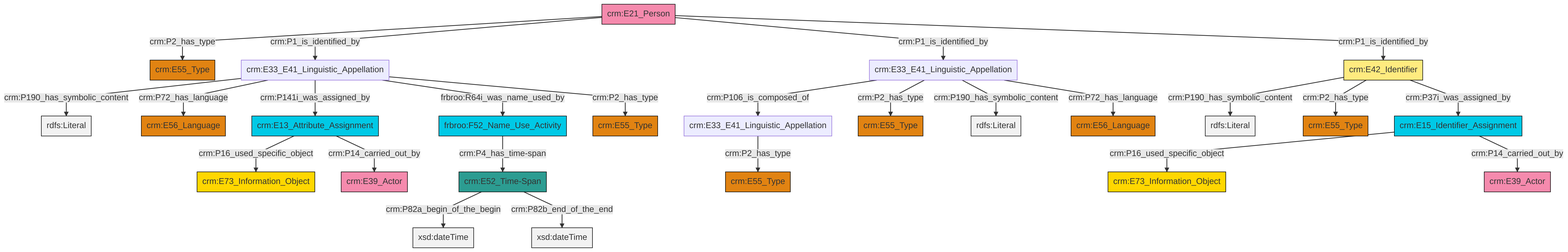
The Mermaid diagram et/personCSV/ttl/mmd/png/Person_Names_and_Classification.png in swiss-art-research-net/docs.swissartresearch, before a commit. Its source is kept beside it as et/personCSV/ttl/mmd/Person_Names_and_Classification.ttl.mmd.
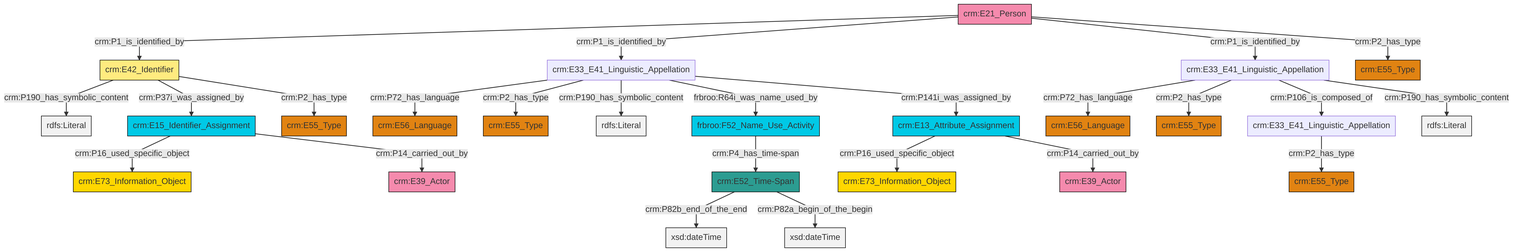
Above is the later version.

What changed in the source:
```diff
@@ -13,27 +13,27 @@
 classDef PC_Classes fill:#4ce600, stroke:#000000;
 classDef Multi fill:#cccccc,stroke:#000000;
 
-2["crm:E33_E41_Linguistic_Appellation"]:::Default -->|crm:P106_is_composed_of| 0["crm:E33_E41_Linguistic_Appellation"]:::Default
-2["crm:E33_E41_Linguistic_Appellation"]:::Default -->|crm:P2_has_type| 3["crm:E55_Type"]:::Type
-4["crm:E13_Attribute_Assignment"]:::Temporal_Entity -->|crm:P16_used_specific_object| 5["crm:E73_Information_Object"]:::Conceptual_Object
-8["crm:E21_Person"]:::Actor -->|crm:P2_has_type| 9["crm:E55_Type"]:::Type
-10["crm:E42_Identifier"]:::Appellation -->|crm:P190_has_symbolic_content| 11[rdfs:Literal]:::Literal
-12["crm:E52_Time-Span"]:::Time-Span -->|crm:P82a_begin_of_the_begin| 13[xsd:dateTime]:::Literal
-6["crm:E33_E41_Linguistic_Appellation"]:::Default -->|crm:P190_has_symbolic_content| 27[rdfs:Literal]:::Literal
-8["crm:E21_Person"]:::Actor -->|crm:P1_is_identified_by| 6["crm:E33_E41_Linguistic_Appellation"]:::Default
-6["crm:E33_E41_Linguistic_Appellation"]:::Default -->|crm:P72_has_language| 33["crm:E56_Language"]:::Type
-29["crm:E15_Identifier_Assignment"]:::Temporal_Entity -->|crm:P16_used_specific_object| 34["crm:E73_Information_Object"]:::Conceptual_Object
-6["crm:E33_E41_Linguistic_Appellation"]:::Default -->|crm:P141i_was_assigned_by| 4["crm:E13_Attribute_Assignment"]:::Temporal_Entity
-2["crm:E33_E41_Linguistic_Appellation"]:::Default -->|crm:P190_has_symbolic_content| 37[rdfs:Literal]:::Literal
-10["crm:E42_Identifier"]:::Appellation -->|crm:P2_has_type| 17["crm:E55_Type"]:::Type
-2["crm:E33_E41_Linguistic_Appellation"]:::Default -->|crm:P72_has_language| 23["crm:E56_Language"]:::Type
-4["crm:E13_Attribute_Assignment"]:::Temporal_Entity -->|crm:P14_carried_out_by| 14["crm:E39_Actor"]:::Actor
-8["crm:E21_Person"]:::Actor -->|crm:P1_is_identified_by| 2["crm:E33_E41_Linguistic_Appellation"]:::Default
-12["crm:E52_Time-Span"]:::Time-Span -->|crm:P82b_end_of_the_end| 45[xsd:dateTime]:::Literal
-6["crm:E33_E41_Linguistic_Appellation"]:::Default -->|frbroo:R64i_was_name_used_by| 38["frbroo:F52_Name_Use_Activity"]:::Temporal_Entity
-0["crm:E33_E41_Linguistic_Appellation"]:::Default -->|crm:P2_has_type| 31["crm:E55_Type"]:::Type
-8["crm:E21_Person"]:::Actor -->|crm:P1_is_identified_by| 10["crm:E42_Identifier"]:::Appellation
-38["frbroo:F52_Name_Use_Activity"]:::Temporal_Entity -->|crm:P4_has_time-span| 12["crm:E52_Time-Span"]:::Time-Span
-6["crm:E33_E41_Linguistic_Appellation"]:::Default -->|crm:P2_has_type| 25["crm:E55_Type"]:::Type
-29["crm:E15_Identifier_Assignment"]:::Temporal_Entity -->|crm:P14_carried_out_by| 21["crm:E39_Actor"]:::Actor
-10["crm:E42_Identifier"]:::Appellation -->|crm:P37i_was_assigned_by| 29["crm:E15_Identifier_Assignment"]:::Temporal_Entity
+0["crm:E15_Identifier_Assignment"]:::Temporal_Entity -->|crm:P16_used_specific_object| 1["crm:E73_Information_Object"]:::Conceptual_Object
+2["crm:E21_Person"]:::Actor -->|crm:P1_is_identified_by| 3["crm:E42_Identifier"]:::Appellation
+4["crm:E52_Time-Span"]:::Time-Span -->|crm:P82b_end_of_the_end| 5[xsd:dateTime]:::Literal
+3["crm:E42_Identifier"]:::Appellation -->|crm:P190_has_symbolic_content| 6[rdfs:Literal]:::Literal
+10["crm:E33_E41_Linguistic_Appellation"]:::Default -->|crm:P72_has_language| 11["crm:E56_Language"]:::Type
+12["crm:E13_Attribute_Assignment"]:::Temporal_Entity -->|crm:P16_used_specific_object| 13["crm:E73_Information_Object"]:::Conceptual_Object
+3["crm:E42_Identifier"]:::Appellation -->|crm:P37i_was_assigned_by| 0["crm:E15_Identifier_Assignment"]:::Temporal_Entity
+14["crm:E33_E41_Linguistic_Appellation"]:::Default -->|crm:P72_has_language| 8["crm:E56_Language"]:::Type
+2["crm:E21_Person"]:::Actor -->|crm:P1_is_identified_by| 14["crm:E33_E41_Linguistic_Appellation"]:::Default
+17["frbroo:F52_Name_Use_Activity"]:::Temporal_Entity -->|crm:P4_has_time-span| 4["crm:E52_Time-Span"]:::Time-Span
+14["crm:E33_E41_Linguistic_Appellation"]:::Default -->|crm:P2_has_type| 18["crm:E55_Type"]:::Type
+0["crm:E15_Identifier_Assignment"]:::Temporal_Entity -->|crm:P14_carried_out_by| 19["crm:E39_Actor"]:::Actor
+12["crm:E13_Attribute_Assignment"]:::Temporal_Entity -->|crm:P14_carried_out_by| 20["crm:E39_Actor"]:::Actor
+3["crm:E42_Identifier"]:::Appellation -->|crm:P2_has_type| 21["crm:E55_Type"]:::Type
+14["crm:E33_E41_Linguistic_Appellation"]:::Default -->|crm:P190_has_symbolic_content| 23[rdfs:Literal]:::Literal
+4["crm:E52_Time-Span"]:::Time-Span -->|crm:P82a_begin_of_the_begin| 30[xsd:dateTime]:::Literal
+2["crm:E21_Person"]:::Actor -->|crm:P1_is_identified_by| 10["crm:E33_E41_Linguistic_Appellation"]:::Default
+32["crm:E33_E41_Linguistic_Appellation"]:::Default -->|crm:P2_has_type| 24["crm:E55_Type"]:::Type
+14["crm:E33_E41_Linguistic_Appellation"]:::Default -->|frbroo:R64i_was_name_used_by| 17["frbroo:F52_Name_Use_Activity"]:::Temporal_Entity
+10["crm:E33_E41_Linguistic_Appellation"]:::Default -->|crm:P2_has_type| 28["crm:E55_Type"]:::Type
+2["crm:E21_Person"]:::Actor -->|crm:P2_has_type| 36["crm:E55_Type"]:::Type
+14["crm:E33_E41_Linguistic_Appellation"]:::Default -->|crm:P141i_was_assigned_by| 12["crm:E13_Attribute_Assignment"]:::Temporal_Entity
+10["crm:E33_E41_Linguistic_Appellation"]:::Default -->|crm:P106_is_composed_of| 32["crm:E33_E41_Linguistic_Appellation"]:::Default
+10["crm:E33_E41_Linguistic_Appellation"]:::Default -->|crm:P190_has_symbolic_content| 44[rdfs:Literal]:::Literal
```
